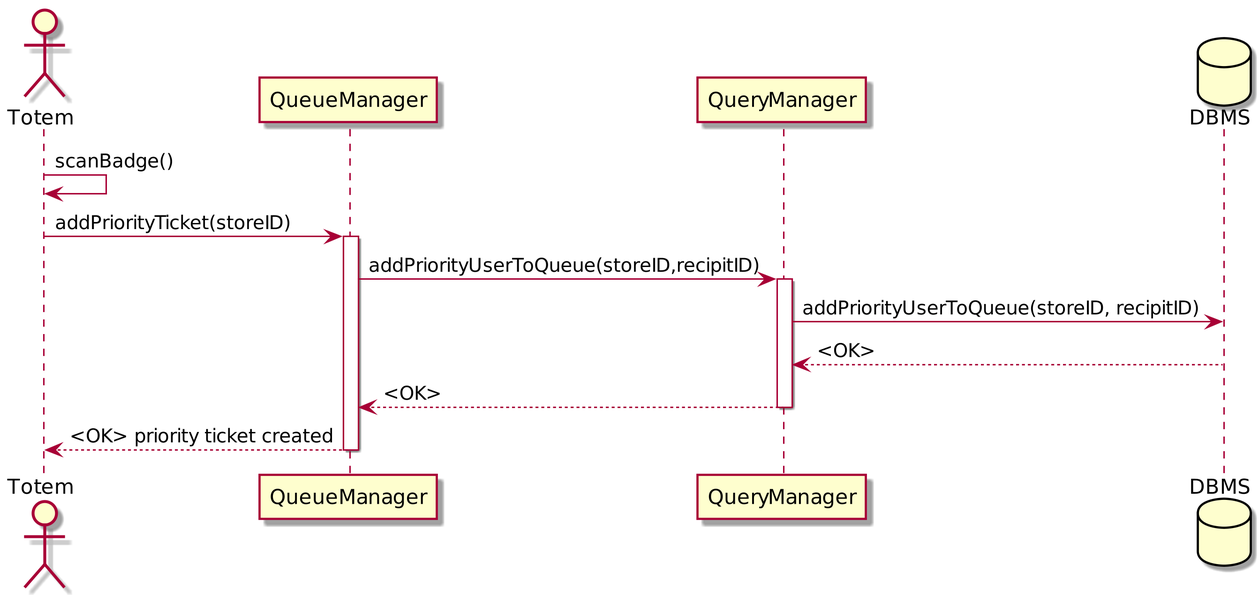
This is DD/uml/seq_priority_ticket_creation.png from andreafra/Software-Engineering-2-Project-2021, a PlantUML export, as it was before one commit.
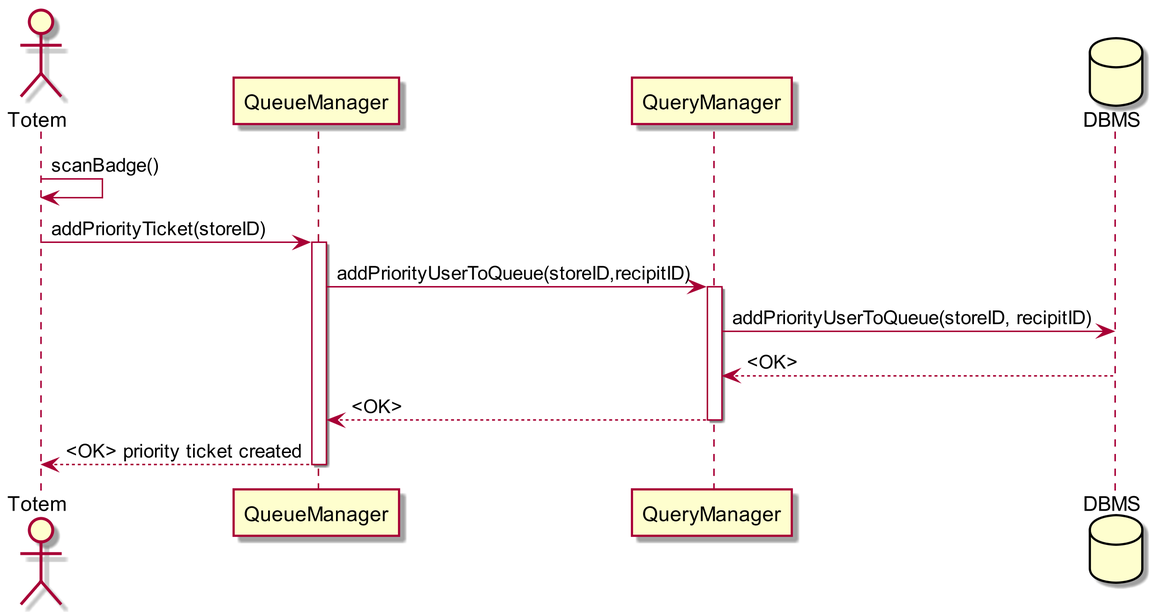
After the change.

The edit, as a diff of the source:
```diff
@@ -1,4 +1,5 @@
-@startuml
+@startuml seq_priority_ticket_creation
+
 skinparam {
    dpi 300
 }
@@ -19,4 +20,6 @@
 deactivate qm
 queue --> t : <OK> priority ticket created
 deactivate queue
+
+
 @enduml
```
